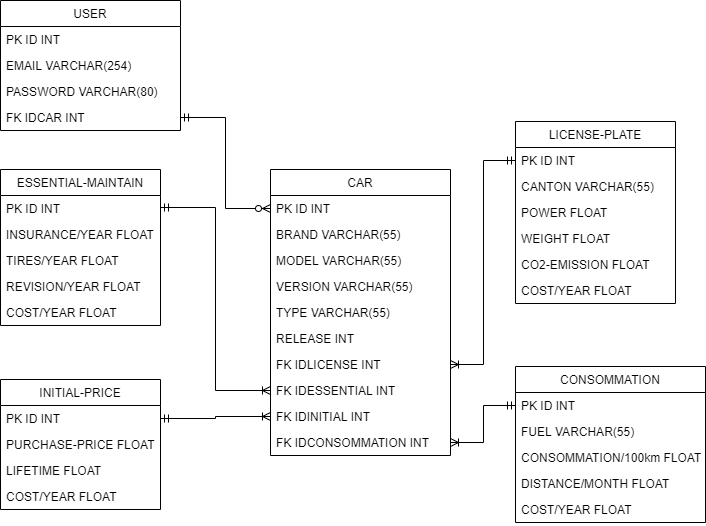
Above: Documentation/Sprint1/DB-MLD.PNG in ThomasCPNV/CcubeProject (draw.io), before the change. Source tidied: cells renumbered, new cells last; positions are measured from the earlier drawing's top-left corner, leaving out a move shared by most shapes.
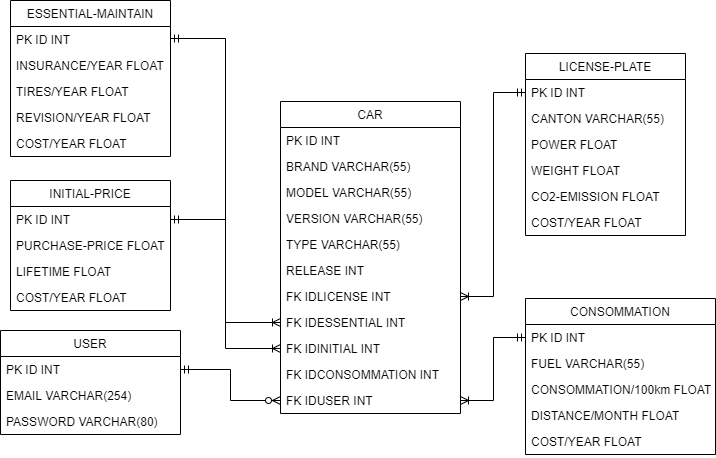
After the commit.

Diff of the diagram source:
```diff
@@ -3,7 +3,7 @@
     <mxCell id="0" />
     <mxCell id="1" parent="0" />
     <mxCell id="2" value="CAR" style="swimlane;fontStyle=0;horizontal=1;startSize=26;fillColor=none;" parent="1" vertex="1">
-      <mxGeometry x="270" y="169" width="180" height="286" as="geometry" />
+      <mxGeometry x="270" y="169" width="180" height="312" as="geometry" />
     </mxCell>
     <mxCell id="3" value="PK ID INT" style="text;strokeColor=none;fillColor=none;align=left;verticalAlign=top;spacingLeft=4;spacingRight=4;overflow=hidden;points=[[0,0.5],[1,0.5]];portConstraint=eastwest;" parent="2" vertex="1">
       <mxGeometry y="26" width="180" height="26" as="geometry" />
@@ -32,8 +32,11 @@
     <mxCell id="11" value="FK IDINITIAL INT" style="text;strokeColor=none;fillColor=none;align=left;verticalAlign=top;spacingLeft=4;spacingRight=4;overflow=hidden;points=[[0,0.5],[1,0.5]];portConstraint=eastwest;" parent="2" vertex="1">
       <mxGeometry y="234" width="180" height="26" as="geometry" />
     </mxCell>
+    <mxCell id="47" value="FK IDCONSOMMATION INT" style="text;strokeColor=none;fillColor=none;align=left;verticalAlign=top;spacingLeft=4;spacingRight=4;overflow=hidden;" parent="2" vertex="1">
+      <mxGeometry y="260" width="180" height="26" as="geometry" />
+    </mxCell>
-    <mxCell id="12" value="FK IDCONSOMMATION INT" style="text;strokeColor=none;fillColor=none;align=left;verticalAlign=top;spacingLeft=4;spacingRight=4;overflow=hidden;points=[[0,0.5],[1,0.5]];portConstraint=eastwest;" parent="2" vertex="1">
-      <mxGeometry y="260" width="180" height="26" as="geometry" />
+    <mxCell id="12" value="FK IDUSER INT" style="text;strokeColor=none;fillColor=none;align=left;verticalAlign=top;spacingLeft=4;spacingRight=4;overflow=hidden;points=[[0,0.5],[1,0.5]];portConstraint=eastwest;" parent="2" vertex="1">
+      <mxGeometry y="286" width="180" height="26" as="geometry" />
     </mxCell>
     <mxCell id="13" value="LICENSE-PLATE" style="swimlane;fontStyle=0;horizontal=1;startSize=26;fillColor=none;" parent="1" vertex="1">
       <mxGeometry x="515" y="121" width="160" height="182" as="geometry" />
@@ -57,7 +60,7 @@
       <mxGeometry y="156" width="160" height="26" as="geometry" />
     </mxCell>
     <mxCell id="20" value="ESSENTIAL-MAINTAIN" style="swimlane;fontStyle=0;horizontal=1;startSize=26;fillColor=none;" parent="1" vertex="1">
-      <mxGeometry y="169" width="160" height="156" as="geometry" />
+      <mxGeometry y="68" width="160" height="156" as="geometry" />
     </mxCell>
     <mxCell id="21" value="PK ID INT" style="text;strokeColor=none;fillColor=none;align=left;verticalAlign=top;spacingLeft=4;spacingRight=4;overflow=hidden;points=[[0,0.5],[1,0.5]];portConstraint=eastwest;" parent="20" vertex="1">
       <mxGeometry y="26" width="160" height="26" as="geometry" />
@@ -75,7 +78,7 @@
       <mxGeometry y="130" width="160" height="26" as="geometry" />
     </mxCell>
     <mxCell id="26" value="INITIAL-PRICE" style="swimlane;fontStyle=0;horizontal=1;startSize=26;fillColor=none;" parent="1" vertex="1">
-      <mxGeometry y="379" width="160" height="130" as="geometry" />
+      <mxGeometry y="248" width="160" height="130" as="geometry" />
     </mxCell>
     <mxCell id="27" value="PK ID INT" style="text;strokeColor=none;fillColor=none;align=left;verticalAlign=top;spacingLeft=4;spacingRight=4;overflow=hidden;points=[[0,0.5],[1,0.5]];portConstraint=eastwest;" parent="26" vertex="1">
       <mxGeometry y="26" width="160" height="26" as="geometry" />
@@ -120,7 +123,7 @@
       <mxGeometry relative="1" as="geometry" />
     </mxCell>
     <mxCell id="41" value="USER" style="swimlane;fontStyle=0;horizontal=1;startSize=26;fillColor=none;" parent="1" vertex="1">
-      <mxGeometry width="180" height="130" as="geometry" />
+      <mxGeometry x="-10" y="398" width="180" height="104" as="geometry" />
     </mxCell>
     <mxCell id="42" value="PK ID INT" style="text;strokeColor=none;fillColor=none;align=left;verticalAlign=top;spacingLeft=4;spacingRight=4;overflow=hidden;points=[[0,0.5],[1,0.5]];portConstraint=eastwest;" parent="41" vertex="1">
       <mxGeometry y="26" width="180" height="26" as="geometry" />
@@ -131,10 +134,7 @@
     <mxCell id="44" value="PASSWORD VARCHAR(80)" style="text;strokeColor=none;fillColor=none;align=left;verticalAlign=top;spacingLeft=4;spacingRight=4;overflow=hidden;" parent="41" vertex="1">
       <mxGeometry y="78" width="180" height="26" as="geometry" />
     </mxCell>
-    <mxCell id="45" value="FK IDCAR INT" style="text;strokeColor=none;fillColor=none;align=left;verticalAlign=top;spacingLeft=4;spacingRight=4;overflow=hidden;points=[[0,0.5],[1,0.5]];portConstraint=eastwest;" parent="41" vertex="1">
-      <mxGeometry y="104" width="180" height="26" as="geometry" />
-    </mxCell>
-    <mxCell id="46" style="edgeStyle=orthogonalEdgeStyle;rounded=0;jettySize=auto;html=1;exitX=1;exitY=0.5;exitDx=0;exitDy=0;startArrow=ERmandOne;startFill=0;endArrow=ERzeroToMany;endFill=1;entryX=0;entryY=0.5;entryDx=0;entryDy=0;" parent="1" edge="1" source="45" target="3">
+    <mxCell id="46" style="edgeStyle=orthogonalEdgeStyle;rounded=0;jettySize=auto;html=1;startArrow=ERmandOne;startFill=0;endArrow=ERzeroToMany;endFill=1;exitX=1;exitY=0.5;exitDx=0;exitDy=0;" parent="1" edge="1" source="42" target="12">
       <mxGeometry relative="1" as="geometry" />
     </mxCell>
   </root>
```
